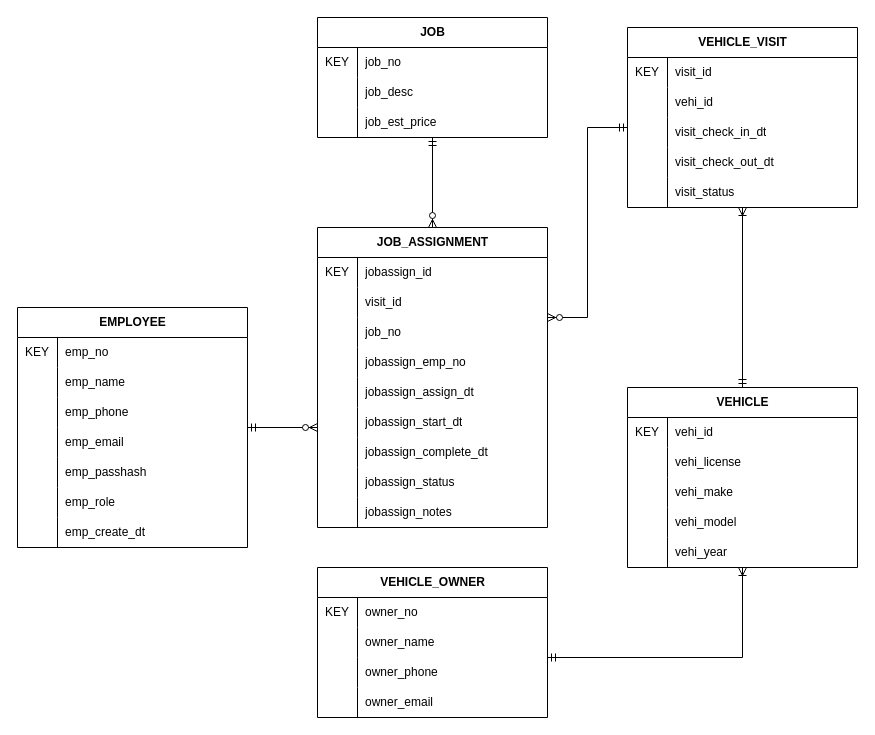
This is backend/design/erd.drawio from PrimeAutocare/primeautocare, a draw.io file, before an edit. Source tidied: cells renumbered, new cells numbered last; positions are measured from the earlier drawing's top-left corner, leaving out a move shared by most shapes. Both pictures are drawn from the tidied source at 100%, with x=0, y=0 at pixel (17, 17).
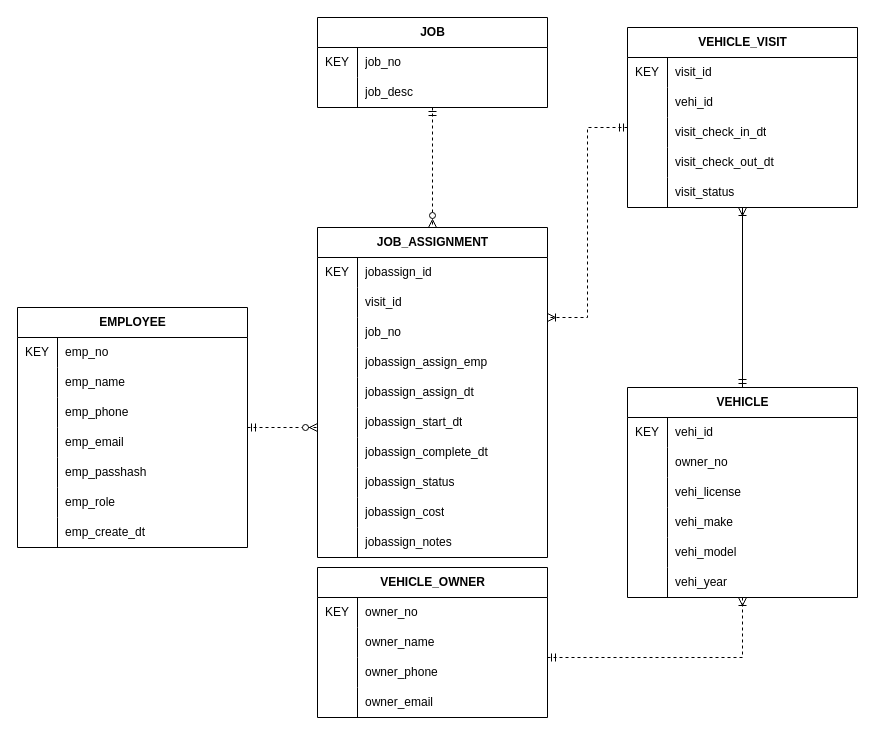
Above is the later version.

Commit message:
Backend ERD: Correct the relationships and add missing owner_no

- Several relationships were corrected from identifying to non-identifying.
- Missing owner_no in VEHICLE entity was added.

Unchanged cells that the change refers to:
```xml
<mxCell id="2" value="EMPLOYEE" style="shape=table;startSize=30;childLayout=tableLayout;rowLines=0;fontStyle=1;align=center;html=1;" parent="1" vertex="1">
  <mxGeometry y="290" width="230" height="240" as="geometry" />
</mxCell>
<mxCell id="60" style="shape=tableRow;horizontal=0;startSize=0;swimlaneHead=0;swimlaneBody=0;fillColor=none;top=0;left=0;right=0;bottom=0;" parent="50" vertex="1">
  <mxGeometry y="120" width="230" height="30" as="geometry" />
</mxCell>
<mxCell id="78" value="VEHICLE_VISIT" style="shape=table;startSize=30;childLayout=tableLayout;rowLines=0;fontStyle=1;align=center;html=1;" parent="1" vertex="1">
  <mxGeometry x="610" y="10" width="230" height="180" as="geometry" />
</mxCell>
<mxCell id="98" value="VEHICLE_OWNER" style="shape=table;startSize=30;childLayout=tableLayout;rowLines=0;fontStyle=1;align=center;html=1;" parent="1" vertex="1">
  <mxGeometry x="300" y="550" width="230" height="150" as="geometry" />
</mxCell>
```

Change to the diagram source:
```diff
@@
     <mxCell id="24" value="VEHICLE" style="shape=table;startSize=30;childLayout=tableLayout;rowLines=0;fontStyle=1;align=center;html=1;" parent="1" vertex="1">
-      <mxGeometry x="610" y="370" width="230" height="180" as="geometry" />
+      <mxGeometry x="610" y="370" width="230" height="210" as="geometry" />
     </mxCell>
@@
+    <mxCell id="112" style="shape=tableRow;horizontal=0;startSize=0;swimlaneHead=0;swimlaneBody=0;fillColor=none;top=0;left=0;right=0;bottom=0;" parent="24" vertex="1">
+      <mxGeometry y="60" width="230" height="30" as="geometry" />
+    </mxCell>
+    <mxCell id="113" style="shape=partialRectangle;fillColor=none;top=0;left=0;bottom=0;right=0;overflow=hidden;whiteSpace=wrap;html=1;" parent="112" vertex="1">
+      <mxGeometry width="40" height="30" as="geometry" />
+    </mxCell>
+    <mxCell id="114" value="owner_no" style="shape=partialRectangle;fillColor=none;top=0;left=0;bottom=0;right=0;align=left;spacingLeft=6;overflow=hidden;whiteSpace=wrap;html=1;" parent="112" vertex="1">
+      <mxGeometry x="40" width="190" height="30" as="geometry" />
+    </mxCell>
     <mxCell id="28" style="shape=tableRow;horizontal=0;startSize=0;swimlaneHead=0;swimlaneBody=0;fillColor=none;top=0;left=0;right=0;bottom=0;" parent="24" vertex="1">
-      <mxGeometry y="60" width="230" height="30" as="geometry" />
+      <mxGeometry y="90" width="230" height="30" as="geometry" />
     </mxCell>
@@
     <mxCell id="31" style="shape=tableRow;horizontal=0;startSize=0;swimlaneHead=0;swimlaneBody=0;fillColor=none;top=0;left=0;right=0;bottom=0;" parent="24" vertex="1">
-      <mxGeometry y="90" width="230" height="30" as="geometry" />
+      <mxGeometry y="120" width="230" height="30" as="geometry" />
     </mxCell>
@@
     <mxCell id="34" style="shape=tableRow;horizontal=0;startSize=0;swimlaneHead=0;swimlaneBody=0;fillColor=none;top=0;left=0;right=0;bottom=0;" parent="24" vertex="1">
-      <mxGeometry y="120" width="230" height="30" as="geometry" />
+      <mxGeometry y="150" width="230" height="30" as="geometry" />
     </mxCell>
@@
     <mxCell id="37" style="shape=tableRow;horizontal=0;startSize=0;swimlaneHead=0;swimlaneBody=0;fillColor=none;top=0;left=0;right=0;bottom=0;" parent="24" vertex="1">
-      <mxGeometry y="150" width="230" height="30" as="geometry" />
+      <mxGeometry y="180" width="230" height="30" as="geometry" />
     </mxCell>
@@
     <mxCell id="40" value="JOB" style="shape=table;startSize=30;childLayout=tableLayout;rowLines=0;fontStyle=1;align=center;html=1;" parent="1" vertex="1">
-      <mxGeometry x="300" width="230" height="120" as="geometry" />
+      <mxGeometry x="300" width="230" height="90" as="geometry" />
     </mxCell>
@@
-    <mxCell id="47" style="shape=tableRow;horizontal=0;startSize=0;swimlaneHead=0;swimlaneBody=0;fillColor=none;top=0;left=0;right=0;bottom=0;" parent="40" vertex="1">
-      <mxGeometry y="90" width="230" height="30" as="geometry" />
-    </mxCell>
-    <mxCell id="48" style="shape=partialRectangle;fillColor=none;top=0;left=0;bottom=0;right=0;overflow=hidden;whiteSpace=wrap;html=1;" parent="47" vertex="1">
-      <mxGeometry width="40" height="30" as="geometry" />
-    </mxCell>
-    <mxCell id="49" value="job_est_price" style="shape=partialRectangle;fillColor=none;top=0;left=0;bottom=0;right=0;align=left;spacingLeft=6;overflow=hidden;whiteSpace=wrap;html=1;" parent="47" vertex="1">
-      <mxGeometry x="40" width="190" height="30" as="geometry" />
-    </mxCell>
     <mxCell id="50" value="JOB_ASSIGNMENT" style="shape=table;startSize=30;childLayout=tableLayout;rowLines=0;fontStyle=1;align=center;html=1;" parent="1" vertex="1">
-      <mxGeometry x="300" y="210" width="230" height="300" as="geometry" />
+      <mxGeometry x="300" y="210" width="230" height="330" as="geometry" />
     </mxCell>
@@
-    <mxCell id="62" value="jobassign_emp_no" style="shape=partialRectangle;fillColor=none;top=0;left=0;bottom=0;right=0;align=left;spacingLeft=6;overflow=hidden;whiteSpace=wrap;html=1;" parent="60" vertex="1">
+    <mxCell id="62" value="jobassign_assign_emp" style="shape=partialRectangle;fillColor=none;top=0;left=0;bottom=0;right=0;align=left;spacingLeft=6;overflow=hidden;whiteSpace=wrap;html=1;" parent="60" vertex="1">
       <mxGeometry x="40" width="190" height="30" as="geometry" />
     </mxCell>
@@
+    <mxCell id="115" style="shape=tableRow;horizontal=0;startSize=0;swimlaneHead=0;swimlaneBody=0;fillColor=none;top=0;left=0;right=0;bottom=0;" parent="50" vertex="1">
+      <mxGeometry y="270" width="230" height="30" as="geometry" />
+    </mxCell>
+    <mxCell id="116" style="shape=partialRectangle;fillColor=none;top=0;left=0;bottom=0;right=0;overflow=hidden;whiteSpace=wrap;html=1;" parent="115" vertex="1">
+      <mxGeometry width="40" height="30" as="geometry" />
+    </mxCell>
+    <mxCell id="117" value="jobassign_cost" style="shape=partialRectangle;fillColor=none;top=0;left=0;bottom=0;right=0;align=left;spacingLeft=6;overflow=hidden;whiteSpace=wrap;html=1;" parent="115" vertex="1">
+      <mxGeometry x="40" width="190" height="30" as="geometry" />
+    </mxCell>
     <mxCell id="75" style="shape=tableRow;horizontal=0;startSize=0;swimlaneHead=0;swimlaneBody=0;fillColor=none;top=0;left=0;right=0;bottom=0;" parent="50" vertex="1">
-      <mxGeometry y="270" width="230" height="30" as="geometry" />
+      <mxGeometry y="300" width="230" height="30" as="geometry" />
     </mxCell>
@@
-    <mxCell id="94" style="fontSize=12;html=1;endArrow=ERzeroToMany;startArrow=ERmandOne;rounded=0;edgeStyle=orthogonalEdgeStyle;" parent="1" edge="1" source="2" target="50">
+    <mxCell id="94" style="fontSize=12;html=1;endArrow=ERzeroToMany;startArrow=ERmandOne;rounded=0;edgeStyle=orthogonalEdgeStyle;dashed=1;" parent="1" edge="1" source="2" target="50">
       <mxGeometry relative="1" as="geometry">
         <Array as="points">
           <mxPoint x="200" y="360" />
           <mxPoint x="200" y="360" />
         </Array>
       </mxGeometry>
     </mxCell>
-    <mxCell id="95" style="edgeStyle=orthogonalEdgeStyle;fontSize=12;html=1;endArrow=ERzeroToMany;startArrow=ERmandOne;rounded=0;" parent="1" edge="1" source="40" target="50">
+    <mxCell id="95" style="edgeStyle=orthogonalEdgeStyle;fontSize=12;html=1;endArrow=ERzeroToMany;startArrow=ERmandOne;rounded=0;dashed=1;" parent="1" edge="1" source="40" target="50">
       <mxGeometry relative="1" as="geometry" />
     </mxCell>
-    <mxCell id="96" style="edgeStyle=orthogonalEdgeStyle;fontSize=12;html=1;endArrow=ERzeroToMany;startArrow=ERmandOne;rounded=0;" parent="1" edge="1" source="78" target="50">
+    <mxCell id="96" style="edgeStyle=orthogonalEdgeStyle;fontSize=12;html=1;endArrow=ERoneToMany;startArrow=ERmandOne;rounded=0;endFill=0;dashed=1;" parent="1" edge="1" source="78" target="50">
       <mxGeometry relative="1" as="geometry">
         <Array as="points">
           <mxPoint x="570" y="110" />
           <mxPoint x="570" y="300" />
         </Array>
       </mxGeometry>
     </mxCell>
@@
-    <mxCell id="111" style="fontSize=12;html=1;endArrow=ERoneToMany;startArrow=ERmandOne;rounded=0;edgeStyle=orthogonalEdgeStyle;" parent="1" edge="1" source="98" target="24">
+    <mxCell id="111" style="fontSize=12;html=1;endArrow=ERoneToMany;startArrow=ERmandOne;rounded=0;edgeStyle=orthogonalEdgeStyle;dashed=1;" parent="1" edge="1" source="98" target="24">
       <mxGeometry relative="1" as="geometry">
         <Array as="points">
           <mxPoint x="725" y="640" />
         </Array>
       </mxGeometry>
     </mxCell>
```
